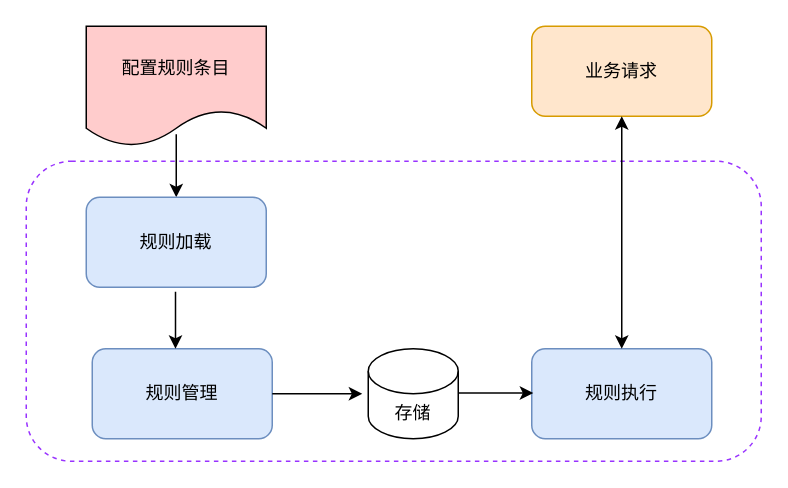
This is rules.drawio from ericwan2018/Blog, a draw.io file, before an edit. Source tidied: cells renumbered, new cells numbered last; positions are measured from the earlier drawing's top-left corner, leaving out a move shared by most shapes. Both pictures are drawn from the tidied source at 150%, with x=0, y=0 at pixel (26, 26).
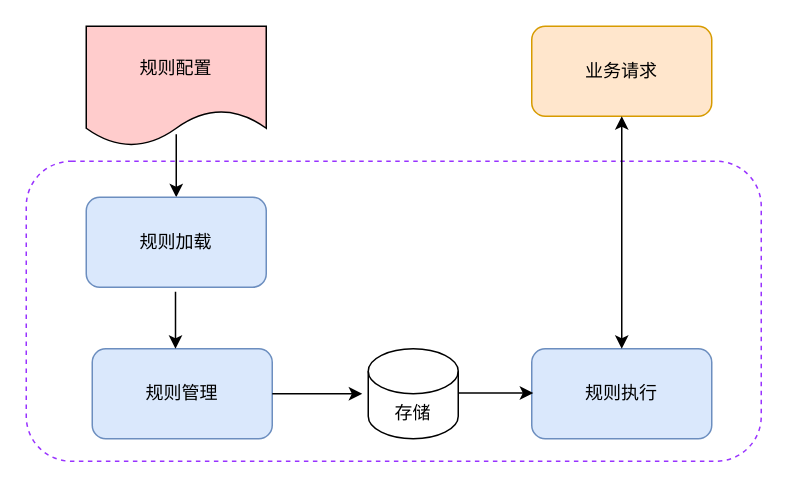
Above is the later version.

Diff of the diagram source:
```diff
@@
 <mxGraphModel>
   <root>
     <mxCell id="0" />
     <mxCell id="1" parent="0" />
     <mxCell id="2" style="rounded=1;whiteSpace=wrap;html=1;dashed=1;strokeColor=#9933FF;" parent="1" vertex="1">
       <mxGeometry y="90" width="490" height="200" as="geometry" />
     </mxCell>
     <mxCell id="3" value="规则管理" style="rounded=1;whiteSpace=wrap;html=1;fillColor=#dae8fc;strokeColor=#6c8ebf;" parent="1" vertex="1">
       <mxGeometry x="44" y="215" width="120" height="60" as="geometry" />
     </mxCell>
     <mxCell id="4" value="规则执行" style="rounded=1;whiteSpace=wrap;html=1;fillColor=#dae8fc;strokeColor=#6c8ebf;" parent="1" vertex="1">
       <mxGeometry x="337" y="215" width="120" height="60" as="geometry" />
     </mxCell>
     <mxCell id="5" value="存储" style="shape=cylinder3;whiteSpace=wrap;html=1;boundedLbl=1;backgroundOutline=1;size=15;" parent="1" vertex="1">
       <mxGeometry x="228" y="215" width="60" height="60" as="geometry" />
     </mxCell>
-    <mxCell id="6" value="配置规则条目" style="shape=document;whiteSpace=wrap;html=1;boundedLbl=1;fillColor=#FFCCCC;" parent="1" vertex="1">
+    <mxCell id="6" value="规则配置" style="shape=document;whiteSpace=wrap;html=1;boundedLbl=1;fillColor=#FFCCCC;" parent="1" vertex="1">
       <mxGeometry x="40" width="120" height="80" as="geometry" />
     </mxCell>
     <mxCell id="7" style="endArrow=classic;html=1;" parent="1" edge="1" target="10">
       <mxGeometry relative="1" as="geometry">
         <mxPoint x="100" y="72" as="sourcePoint" />
       </mxGeometry>
     </mxCell>
     <mxCell id="8" style="endArrow=classic;html=1;exitX=1;exitY=0.5;exitDx=0;exitDy=0;" parent="1" edge="1" source="3">
       <mxGeometry relative="1" as="geometry">
         <mxPoint x="224" y="245" as="targetPoint" />
       </mxGeometry>
     </mxCell>
     <mxCell id="9" style="endArrow=classic;html=1;exitX=1;exitY=0.5;exitDx=0;exitDy=0;" parent="1" edge="1">
       <mxGeometry relative="1" as="geometry">
         <mxPoint x="288" y="244.5" as="sourcePoint" />
         <mxPoint x="338" y="244.5" as="targetPoint" />
       </mxGeometry>
     </mxCell>
     <mxCell id="10" value="规则加载" style="rounded=1;whiteSpace=wrap;html=1;fillColor=#dae8fc;strokeColor=#6c8ebf;" parent="1" vertex="1">
       <mxGeometry x="40" y="114" width="120" height="60" as="geometry" />
     </mxCell>
     <mxCell id="11" style="endArrow=classic;html=1;" parent="1" edge="1">
       <mxGeometry relative="1" as="geometry">
         <mxPoint x="99.5" y="177" as="sourcePoint" />
         <mxPoint x="99.5" y="215" as="targetPoint" />
         <Array as="points">
           <mxPoint x="99.5" y="185" />
         </Array>
       </mxGeometry>
     </mxCell>
     <mxCell id="12" value="业务请求" style="rounded=1;whiteSpace=wrap;html=1;fillColor=#ffe6cc;strokeColor=#d79b00;" parent="1" vertex="1">
       <mxGeometry x="337" width="120" height="60" as="geometry" />
     </mxCell>
     <mxCell id="13" style="endArrow=classic;startArrow=classic;html=1;entryX=0.5;entryY=1;entryDx=0;entryDy=0;" parent="1" edge="1" source="4" target="12">
       <mxGeometry relative="1" as="geometry" />
     </mxCell>
   </root>
 </mxGraphModel>
```
